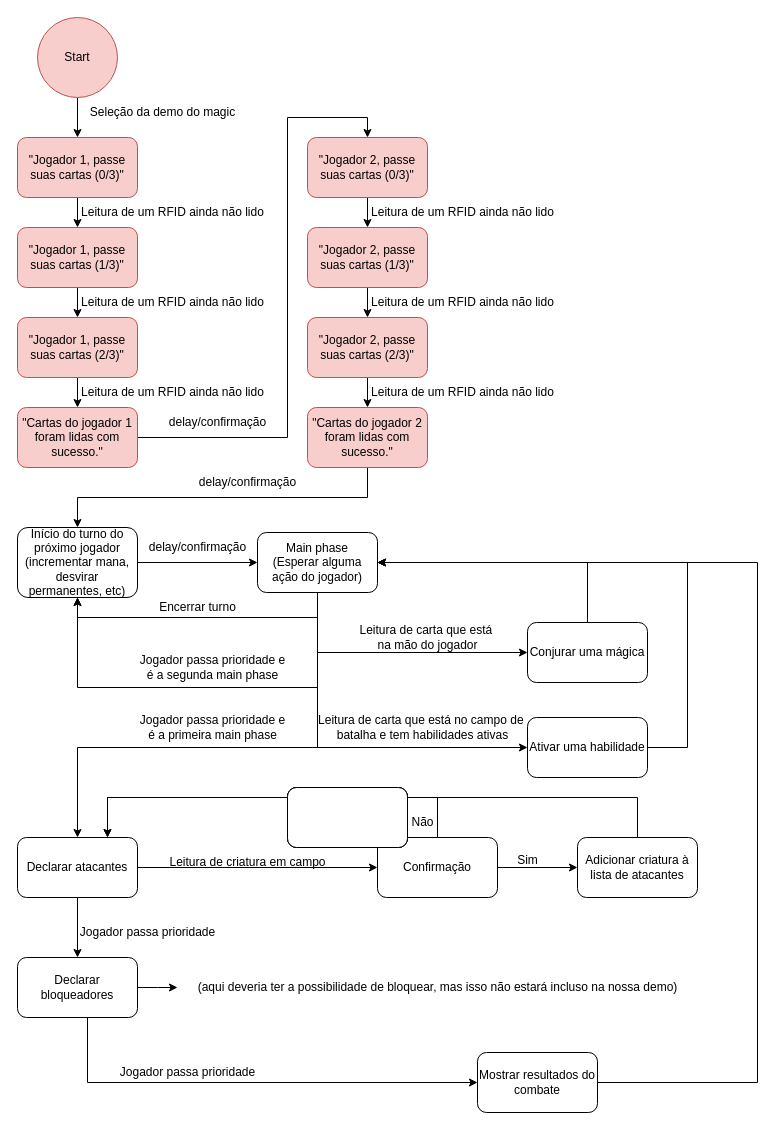
TochaFh/Projeto-UX-Men keeps this draw.io diagram as documentos/Magic_States.drawio. Above is the earlier version. Source tidied: cells renumbered, new cells numbered last; positions are measured from the earlier drawing's top-left corner, leaving out a move shared by most shapes. Both pictures are drawn from the tidied source at 100%, with x=0, y=0 at pixel (17, 17).
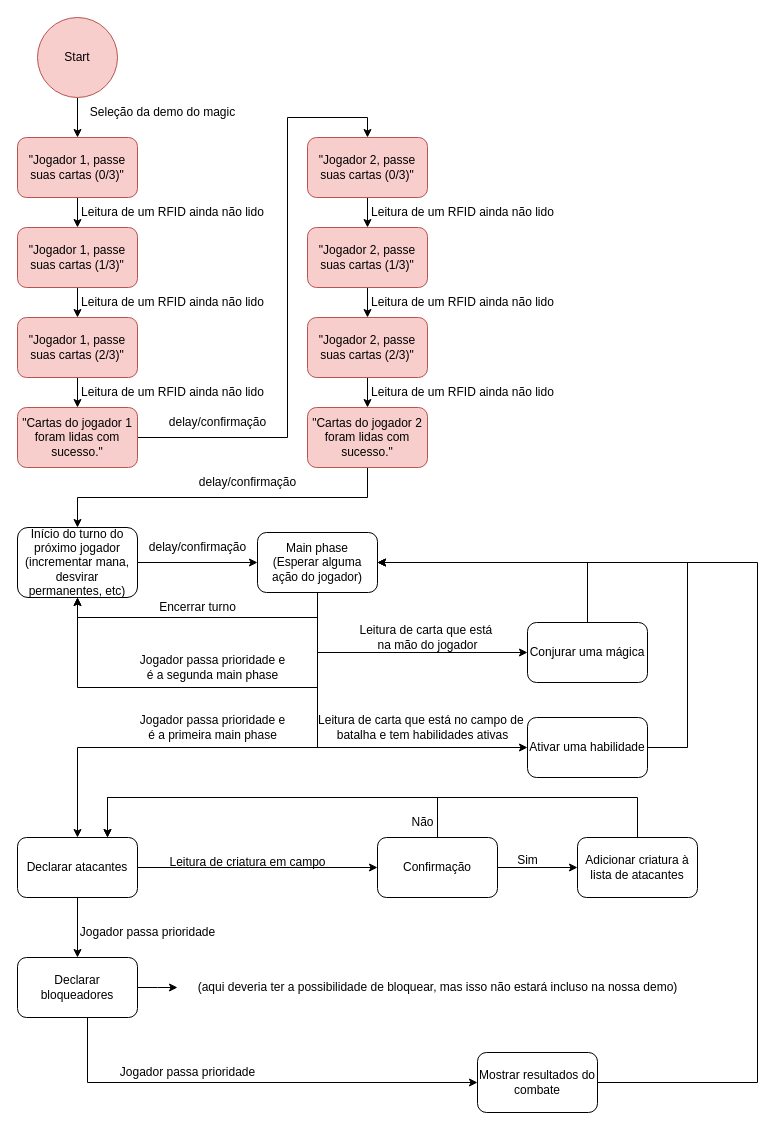
The same page after the edit.

Change to the diagram source:
```diff
@@
-    <mxCell id="64" style="rounded=1;whiteSpace=wrap;html=1;" parent="1" vertex="1">
-      <mxGeometry x="270" y="770" width="120" height="60" as="geometry" />
-    </mxCell>
-    <mxCell id="65" style="rounded=1;whiteSpace=wrap;html=1;" parent="1" vertex="1">
-      <mxGeometry x="270" y="770" width="120" height="60" as="geometry" />
-    </mxCell>
-    <mxCell id="66" style="rounded=1;whiteSpace=wrap;html=1;" parent="1" vertex="1">
-      <mxGeometry x="270" y="770" width="120" height="60" as="geometry" />
-    </mxCell>
```
